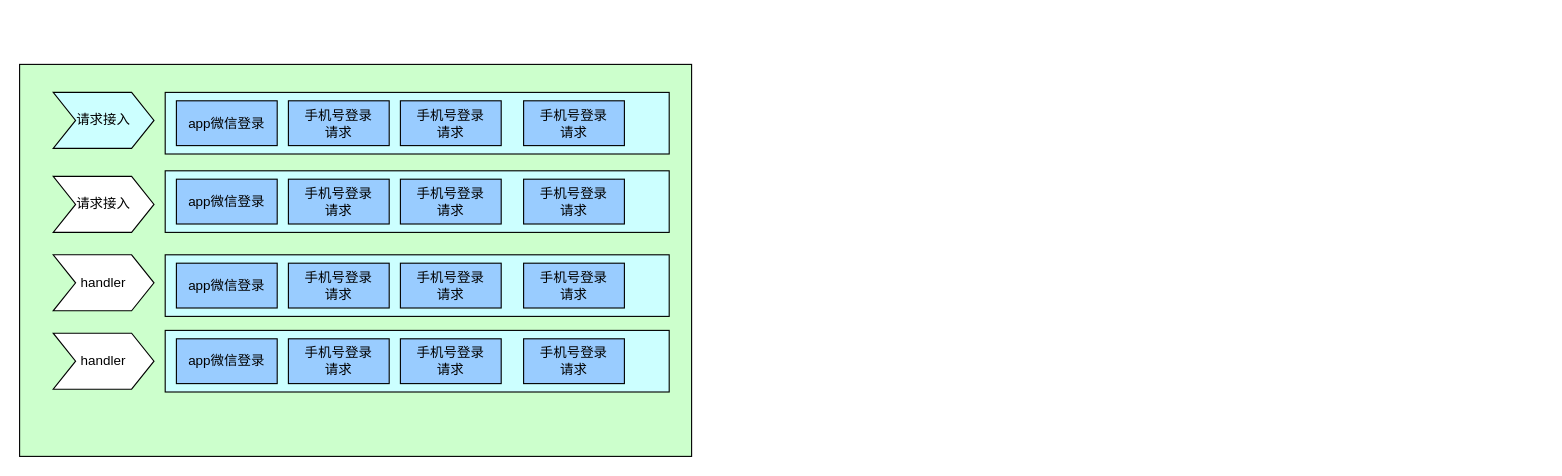
Earlier version of the draw.io diagram 登录服务重构.drawio (xiell2016/hetaoDesign). Source tidied: cells renumbered, new cells numbered last; positions are measured from the earlier drawing's top-left corner, leaving out a move shared by most shapes. Both pictures are drawn from the tidied source at 112%, with x=0, y=0 at pixel (19, 64).
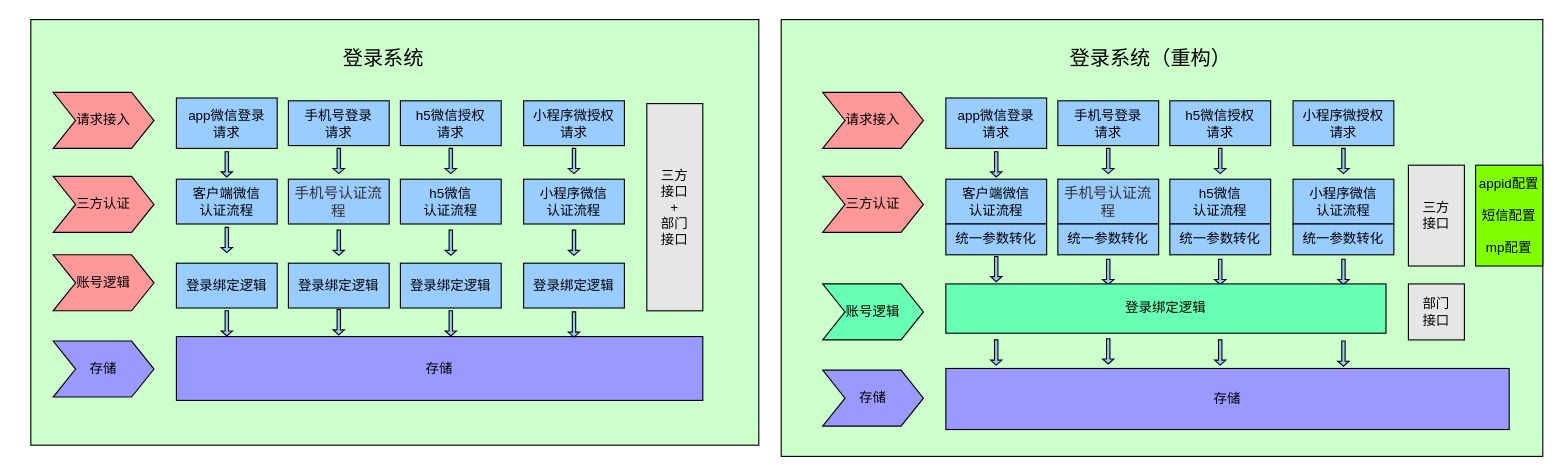
The same diagram, later.

Commit message (it also covers changes not shown here):
更新登录服务重构.drawio

What changed in the source:
```diff
@@
+    <mxCell id="12" style="whiteSpace=wrap;html=1;fillColor=#CCFFFF;" parent="1" vertex="1">
+      <mxGeometry x="140" y="20" width="90" height="200" as="geometry" />
+    </mxCell>
     <mxCell id="2" style="rounded=0;whiteSpace=wrap;html=1;fillColor=#CCFFCC;" parent="1" vertex="1">
-      <mxGeometry width="600" height="350" as="geometry" />
+      <mxGeometry x="10" y="-40" width="650" height="380" as="geometry" />
     </mxCell>
-    <mxCell id="3" value="请求接入" style="shape=step;perimeter=stepPerimeter;whiteSpace=wrap;html=1;fixedSize=1;fillColor=#CCFFFF;" parent="1" vertex="1">
+    <mxCell id="3" value="请求接入" style="shape=step;perimeter=stepPerimeter;whiteSpace=wrap;html=1;fixedSize=1;fillColor=#FF9999;" parent="1" vertex="1">
       <mxGeometry x="30" y="25" width="90" height="50" as="geometry" />
     </mxCell>
-    <mxCell id="4" value="请求接入" style="shape=step;perimeter=stepPerimeter;whiteSpace=wrap;html=1;fixedSize=1;" parent="1" vertex="1">
+    <mxCell id="4" value="三方认证" style="shape=step;perimeter=stepPerimeter;whiteSpace=wrap;html=1;fixedSize=1;fillColor=#FF9999;" parent="1" vertex="1">
       <mxGeometry x="30" y="100" width="90" height="50" as="geometry" />
     </mxCell>
-    <mxCell id="5" value="handler" style="shape=step;perimeter=stepPerimeter;whiteSpace=wrap;html=1;fixedSize=1;" parent="1" vertex="1">
+    <mxCell id="5" value="账号逻辑" style="shape=step;perimeter=stepPerimeter;whiteSpace=wrap;html=1;fixedSize=1;fillColor=#FF9999;" parent="1" vertex="1">
       <mxGeometry x="30" y="170" width="90" height="50" as="geometry" />
     </mxCell>
-    <mxCell id="6" value="handler" style="shape=step;perimeter=stepPerimeter;whiteSpace=wrap;html=1;fixedSize=1;" parent="1" vertex="1">
-      <mxGeometry x="30" y="240" width="90" height="50" as="geometry" />
+    <mxCell id="6" value="存储" style="shape=step;perimeter=stepPerimeter;whiteSpace=wrap;html=1;fixedSize=1;fillColor=#9999FF;" parent="1" vertex="1">
+      <mxGeometry x="30" y="247" width="90" height="50" as="geometry" />
     </mxCell>
-    <mxCell id="7" style="whiteSpace=wrap;html=1;fillColor=#CCFFFF;" parent="1" vertex="1">
-      <mxGeometry x="130" y="25" width="450" height="55" as="geometry" />
-    </mxCell>
-    <mxCell id="8" value="app微信登录" style="whiteSpace=wrap;html=1;fillColor=#99CCFF;" parent="1" vertex="1">
-      <mxGeometry x="140" y="32.5" width="90" height="40" as="geometry" />
+    <mxCell id="8" value="app微信登录&lt;br&gt;请求" style="whiteSpace=wrap;html=1;fillColor=#99CCFF;" parent="1" vertex="1">
+      <mxGeometry x="140" y="30" width="90" height="45" as="geometry" />
     </mxCell>
@@
-    <mxCell id="10" value="&lt;div class=&quot;mind-clipboard&quot;&gt;手机号登录&lt;div&gt;请求&lt;/div&gt;&lt;/div&gt;" style="whiteSpace=wrap;html=1;fillColor=#99CCFF;" parent="1" vertex="1">
+    <mxCell id="10" value="&lt;div class=&quot;mind-clipboard&quot;&gt;h5微信&lt;span style=&quot;font-size: inherit&quot;&gt;授权&lt;/span&gt;&lt;div&gt;请求&lt;/div&gt;&lt;/div&gt;" style="whiteSpace=wrap;html=1;fillColor=#99CCFF;" parent="1" vertex="1">
       <mxGeometry x="340" y="32.5" width="90" height="40" as="geometry" />
     </mxCell>
-    <mxCell id="11" value="&lt;div class=&quot;mind-clipboard&quot;&gt;手机号登录&lt;div&gt;请求&lt;/div&gt;&lt;/div&gt;" style="whiteSpace=wrap;html=1;fillColor=#99CCFF;" parent="1" vertex="1">
+    <mxCell id="11" value="&lt;div class=&quot;mind-clipboard&quot;&gt;小程序微&lt;span style=&quot;font-size: inherit&quot;&gt;授权&lt;/span&gt;&lt;div&gt;请求&lt;/div&gt;&lt;/div&gt;" style="whiteSpace=wrap;html=1;fillColor=#99CCFF;" parent="1" vertex="1">
       <mxGeometry x="450" y="32.5" width="90" height="40" as="geometry" />
     </mxCell>
-    <mxCell id="12" style="whiteSpace=wrap;html=1;fillColor=#CCFFFF;" parent="1" vertex="1">
-      <mxGeometry x="130" y="95" width="450" height="55" as="geometry" />
-    </mxCell>
-    <mxCell id="13" value="app微信登录" style="whiteSpace=wrap;html=1;fillColor=#99CCFF;" parent="1" vertex="1">
+    <mxCell id="13" value="&lt;div class=&quot;mind-clipboard&quot;&gt;&lt;div&gt;客户端&lt;span&gt;微信&lt;/span&gt;&lt;/div&gt;&lt;div&gt;认证流程&lt;/div&gt;&lt;/div&gt;" style="whiteSpace=wrap;html=1;fillColor=#99CCFF;" parent="1" vertex="1">
       <mxGeometry x="140" y="102.5" width="90" height="40" as="geometry" />
     </mxCell>
-    <mxCell id="14" value="&lt;div class=&quot;mind-clipboard&quot;&gt;手机号登录&lt;div&gt;请求&lt;/div&gt;&lt;/div&gt;" style="whiteSpace=wrap;html=1;fillColor=#99CCFF;" parent="1" vertex="1">
+    <mxCell id="14" value="&lt;div class=&quot;mind-clipboard&quot;&gt;&lt;span style=&quot;color: rgb(50 , 50 , 50) ; font-size: 13px ; background-color: rgba(255 , 255 , 255 , 0.008)&quot;&gt;手机号认证流程&lt;/span&gt;&lt;br&gt;&lt;/div&gt;" style="whiteSpace=wrap;html=1;fillColor=#99CCFF;" parent="1" vertex="1">
       <mxGeometry x="240" y="102.5" width="90" height="40" as="geometry" />
     </mxCell>
-    <mxCell id="15" value="&lt;div class=&quot;mind-clipboard&quot;&gt;手机号登录&lt;div&gt;请求&lt;/div&gt;&lt;/div&gt;" style="whiteSpace=wrap;html=1;fillColor=#99CCFF;" parent="1" vertex="1">
+    <mxCell id="15" value="&lt;div class=&quot;mind-clipboard&quot;&gt;&lt;div class=&quot;mind-clipboard&quot;&gt;&lt;div&gt;h5微信&lt;/div&gt;&lt;div&gt;认证流程&lt;/div&gt;&lt;/div&gt;&lt;/div&gt;" style="whiteSpace=wrap;html=1;fillColor=#99CCFF;" parent="1" vertex="1">
       <mxGeometry x="340" y="102.5" width="90" height="40" as="geometry" />
     </mxCell>
-    <mxCell id="16" value="&lt;div class=&quot;mind-clipboard&quot;&gt;手机号登录&lt;div&gt;请求&lt;/div&gt;&lt;/div&gt;" style="whiteSpace=wrap;html=1;fillColor=#99CCFF;" parent="1" vertex="1">
+    <mxCell id="16" value="&lt;div class=&quot;mind-clipboard&quot;&gt;&lt;div class=&quot;mind-clipboard&quot;&gt;&lt;div&gt;小程序&lt;span&gt;微信&lt;/span&gt;&lt;/div&gt;&lt;div&gt;认证流程&lt;/div&gt;&lt;/div&gt;&lt;/div&gt;" style="whiteSpace=wrap;html=1;fillColor=#99CCFF;" parent="1" vertex="1">
       <mxGeometry x="450" y="102.5" width="90" height="40" as="geometry" />
     </mxCell>
-    <mxCell id="17" style="whiteSpace=wrap;html=1;fillColor=#CCFFFF;" parent="1" vertex="1">
-      <mxGeometry x="130" y="170" width="450" height="55" as="geometry" />
-    </mxCell>
-    <mxCell id="18" value="app微信登录" style="whiteSpace=wrap;html=1;fillColor=#99CCFF;" parent="1" vertex="1">
+    <mxCell id="18" value="登录绑定逻辑" style="whiteSpace=wrap;html=1;fillColor=#99CCFF;" parent="1" vertex="1">
       <mxGeometry x="140" y="177.5" width="90" height="40" as="geometry" />
     </mxCell>
-    <mxCell id="19" value="&lt;div class=&quot;mind-clipboard&quot;&gt;手机号登录&lt;div&gt;请求&lt;/div&gt;&lt;/div&gt;" style="whiteSpace=wrap;html=1;fillColor=#99CCFF;" parent="1" vertex="1">
+    <mxCell id="19" value="&lt;div class=&quot;mind-clipboard&quot;&gt;登录绑定逻辑&lt;br&gt;&lt;/div&gt;" style="whiteSpace=wrap;html=1;fillColor=#99CCFF;" parent="1" vertex="1">
       <mxGeometry x="240" y="177.5" width="90" height="40" as="geometry" />
     </mxCell>
-    <mxCell id="20" value="&lt;div class=&quot;mind-clipboard&quot;&gt;手机号登录&lt;div&gt;请求&lt;/div&gt;&lt;/div&gt;" style="whiteSpace=wrap;html=1;fillColor=#99CCFF;" parent="1" vertex="1">
+    <mxCell id="20" value="&lt;div class=&quot;mind-clipboard&quot;&gt;&lt;div&gt;登录绑定逻辑&lt;br&gt;&lt;/div&gt;&lt;/div&gt;" style="whiteSpace=wrap;html=1;fillColor=#99CCFF;" parent="1" vertex="1">
       <mxGeometry x="340" y="177.5" width="90" height="40" as="geometry" />
     </mxCell>
-    <mxCell id="21" value="&lt;div class=&quot;mind-clipboard&quot;&gt;手机号登录&lt;div&gt;请求&lt;/div&gt;&lt;/div&gt;" style="whiteSpace=wrap;html=1;fillColor=#99CCFF;" parent="1" vertex="1">
+    <mxCell id="21" value="登录绑定逻辑" style="whiteSpace=wrap;html=1;fillColor=#99CCFF;" parent="1" vertex="1">
       <mxGeometry x="450" y="177.5" width="90" height="40" as="geometry" />
     </mxCell>
-    <mxCell id="22" style="whiteSpace=wrap;html=1;fillColor=#CCFFFF;" parent="1" vertex="1">
-      <mxGeometry x="130" y="237.5" width="450" height="55" as="geometry" />
-    </mxCell>
-    <mxCell id="23" value="app微信登录" style="whiteSpace=wrap;html=1;fillColor=#99CCFF;" parent="1" vertex="1">
-      <mxGeometry x="140" y="245" width="90" height="40" as="geometry" />
+    <mxCell id="23" value="存储" style="whiteSpace=wrap;html=1;fillColor=#9999FF;" parent="1" vertex="1">
+      <mxGeometry x="140" y="243" width="470" height="57" as="geometry" />
     </mxCell>
-    <mxCell id="24" value="&lt;div class=&quot;mind-clipboard&quot;&gt;手机号登录&lt;div&gt;请求&lt;/div&gt;&lt;/div&gt;" style="whiteSpace=wrap;html=1;fillColor=#99CCFF;" parent="1" vertex="1">
-      <mxGeometry x="240" y="245" width="90" height="40" as="geometry" />
-    </mxCell>
-    <mxCell id="25" value="&lt;div class=&quot;mind-clipboard&quot;&gt;手机号登录&lt;div&gt;请求&lt;/div&gt;&lt;/div&gt;" style="whiteSpace=wrap;html=1;fillColor=#99CCFF;" parent="1" vertex="1">
-      <mxGeometry x="340" y="245" width="90" height="40" as="geometry" />
-    </mxCell>
-    <mxCell id="26" value="&lt;div class=&quot;mind-clipboard&quot;&gt;手机号登录&lt;div&gt;请求&lt;/div&gt;&lt;/div&gt;" style="whiteSpace=wrap;html=1;fillColor=#99CCFF;" parent="1" vertex="1">
-      <mxGeometry x="450" y="245" width="90" height="40" as="geometry" />
-    </mxCell>
+    <mxCell id="27" style="shape=singleArrow;direction=south;whiteSpace=wrap;html=1;fillColor=#99CCFF;" parent="1" vertex="1">
+      <mxGeometry x="180" y="78" width="10" height="22.5" as="geometry" />
+    </mxCell>
+    <mxCell id="28" style="shape=singleArrow;direction=south;whiteSpace=wrap;html=1;fillColor=#99CCFF;" parent="1" vertex="1">
+      <mxGeometry x="180" y="145.5" width="10" height="22.5" as="geometry" />
+    </mxCell>
+    <mxCell id="29" style="shape=singleArrow;direction=south;whiteSpace=wrap;html=1;fillColor=#99CCFF;" parent="1" vertex="1">
+      <mxGeometry x="180" y="220" width="10" height="22.5" as="geometry" />
+    </mxCell>
+    <mxCell id="30" style="shape=singleArrow;direction=south;whiteSpace=wrap;html=1;fillColor=#99CCFF;" parent="1" vertex="1">
+      <mxGeometry x="280" y="75" width="10" height="22.5" as="geometry" />
+    </mxCell>
+    <mxCell id="31" style="shape=singleArrow;direction=south;whiteSpace=wrap;html=1;fillColor=#99CCFF;" parent="1" vertex="1">
+      <mxGeometry x="380" y="75" width="10" height="22.5" as="geometry" />
+    </mxCell>
+    <mxCell id="32" style="shape=singleArrow;direction=south;whiteSpace=wrap;html=1;fillColor=#99CCFF;" parent="1" vertex="1">
+      <mxGeometry x="490" y="75" width="10" height="22.5" as="geometry" />
+    </mxCell>
+    <mxCell id="33" style="shape=singleArrow;direction=south;whiteSpace=wrap;html=1;fillColor=#99CCFF;" parent="1" vertex="1">
+      <mxGeometry x="490" y="148" width="10" height="22.5" as="geometry" />
+    </mxCell>
+    <mxCell id="34" style="shape=singleArrow;direction=south;whiteSpace=wrap;html=1;fillColor=#99CCFF;" parent="1" vertex="1">
+      <mxGeometry x="280" y="148" width="10" height="22.5" as="geometry" />
+    </mxCell>
+    <mxCell id="35" style="shape=singleArrow;direction=south;whiteSpace=wrap;html=1;fillColor=#99CCFF;" parent="1" vertex="1">
+      <mxGeometry x="280" y="219" width="10" height="22.5" as="geometry" />
+    </mxCell>
+    <mxCell id="36" style="shape=singleArrow;direction=south;whiteSpace=wrap;html=1;fillColor=#99CCFF;" parent="1" vertex="1">
+      <mxGeometry x="380" y="148" width="10" height="22.5" as="geometry" />
+    </mxCell>
+    <mxCell id="37" style="shape=singleArrow;direction=south;whiteSpace=wrap;html=1;fillColor=#99CCFF;" parent="1" vertex="1">
+      <mxGeometry x="380" y="220" width="10" height="22.5" as="geometry" />
+    </mxCell>
+    <mxCell id="38" style="shape=singleArrow;direction=south;whiteSpace=wrap;html=1;fillColor=#99CCFF;" parent="1" vertex="1">
+      <mxGeometry x="490" y="221" width="10" height="22.5" as="geometry" />
+    </mxCell>
+    <mxCell id="39" value="&lt;div class=&quot;mind-clipboard&quot;&gt;三方&lt;br&gt;接口&lt;/div&gt;&lt;div class=&quot;mind-clipboard&quot;&gt;+&lt;/div&gt;&lt;div class=&quot;mind-clipboard&quot;&gt;部门&lt;/div&gt;&lt;div class=&quot;mind-clipboard&quot;&gt;接口&lt;/div&gt;" style="whiteSpace=wrap;html=1;fillColor=#E6E6E6;" parent="1" vertex="1">
+      <mxGeometry x="560" y="35" width="50" height="185" as="geometry" />
+    </mxCell>
+    <mxCell id="40" value="&lt;font style=&quot;font-size: 18px&quot;&gt;登录系统&lt;/font&gt;" style="text;html=1;strokeColor=none;fillColor=none;align=center;verticalAlign=middle;whiteSpace=wrap;rounded=0;" parent="1" vertex="1">
+      <mxGeometry x="270" y="-20" width="110" height="30" as="geometry" />
+    </mxCell>
+    <mxCell id="41" style="rounded=0;whiteSpace=wrap;html=1;fillColor=#CCFFCC;" parent="1" vertex="1">
+      <mxGeometry x="680" y="-40" width="680" height="390" as="geometry" />
+    </mxCell>
+    <mxCell id="42" value="请求接入" style="shape=step;perimeter=stepPerimeter;whiteSpace=wrap;html=1;fixedSize=1;fillColor=#FF9999;" parent="1" vertex="1">
+      <mxGeometry x="717" y="25" width="90" height="50" as="geometry" />
+    </mxCell>
+    <mxCell id="43" value="三方认证" style="shape=step;perimeter=stepPerimeter;whiteSpace=wrap;html=1;fixedSize=1;fillColor=#FF9999;" parent="1" vertex="1">
+      <mxGeometry x="717" y="100" width="90" height="50" as="geometry" />
+    </mxCell>
+    <mxCell id="44" value="账号逻辑" style="shape=step;perimeter=stepPerimeter;whiteSpace=wrap;html=1;fixedSize=1;fillColor=#66FFB3;" parent="1" vertex="1">
+      <mxGeometry x="717" y="196" width="90" height="50" as="geometry" />
+    </mxCell>
+    <mxCell id="45" value="存储" style="shape=step;perimeter=stepPerimeter;whiteSpace=wrap;html=1;fixedSize=1;fillColor=#9999FF;" parent="1" vertex="1">
+      <mxGeometry x="717" y="273" width="90" height="50" as="geometry" />
+    </mxCell>
+    <mxCell id="46" value="app微信登录&lt;br&gt;请求" style="whiteSpace=wrap;html=1;fillColor=#99CCFF;" parent="1" vertex="1">
+      <mxGeometry x="827" y="30" width="90" height="45" as="geometry" />
+    </mxCell>
+    <mxCell id="47" value="&lt;div class=&quot;mind-clipboard&quot;&gt;手机号登录&lt;div&gt;请求&lt;/div&gt;&lt;/div&gt;" style="whiteSpace=wrap;html=1;fillColor=#99CCFF;" parent="1" vertex="1">
+      <mxGeometry x="927" y="32.5" width="90" height="40" as="geometry" />
+    </mxCell>
+    <mxCell id="48" value="&lt;div class=&quot;mind-clipboard&quot;&gt;h5微信&lt;span style=&quot;font-size: inherit&quot;&gt;授权&lt;/span&gt;&lt;div&gt;请求&lt;/div&gt;&lt;/div&gt;" style="whiteSpace=wrap;html=1;fillColor=#99CCFF;" parent="1" vertex="1">
+      <mxGeometry x="1027" y="32.5" width="90" height="40" as="geometry" />
+    </mxCell>
+    <mxCell id="49" value="&lt;div class=&quot;mind-clipboard&quot;&gt;小程序微&lt;span style=&quot;font-size: inherit&quot;&gt;授权&lt;/span&gt;&lt;div&gt;请求&lt;/div&gt;&lt;/div&gt;" style="whiteSpace=wrap;html=1;fillColor=#99CCFF;" parent="1" vertex="1">
+      <mxGeometry x="1137" y="32.5" width="90" height="40" as="geometry" />
+    </mxCell>
+    <mxCell id="50" value="&lt;div class=&quot;mind-clipboard&quot;&gt;&lt;div&gt;客户端&lt;span&gt;微信&lt;/span&gt;&lt;/div&gt;&lt;div&gt;认证流程&lt;/div&gt;&lt;/div&gt;" style="whiteSpace=wrap;html=1;fillColor=#99CCFF;" parent="1" vertex="1">
+      <mxGeometry x="827" y="102.5" width="90" height="40" as="geometry" />
+    </mxCell>
+    <mxCell id="51" value="&lt;div class=&quot;mind-clipboard&quot;&gt;&lt;span style=&quot;color: rgb(50 , 50 , 50) ; font-size: 13px ; background-color: rgba(255 , 255 , 255 , 0.008)&quot;&gt;手机号认证流程&lt;/span&gt;&lt;br&gt;&lt;/div&gt;" style="whiteSpace=wrap;html=1;fillColor=#99CCFF;" parent="1" vertex="1">
+      <mxGeometry x="927" y="102.5" width="90" height="40" as="geometry" />
+    </mxCell>
+    <mxCell id="52" value="&lt;div class=&quot;mind-clipboard&quot;&gt;&lt;div class=&quot;mind-clipboard&quot;&gt;&lt;div&gt;h5微信&lt;/div&gt;&lt;div&gt;认证流程&lt;/div&gt;&lt;/div&gt;&lt;/div&gt;" style="whiteSpace=wrap;html=1;fillColor=#99CCFF;" parent="1" vertex="1">
+      <mxGeometry x="1027" y="102.5" width="90" height="40" as="geometry" />
+    </mxCell>
+    <mxCell id="53" value="&lt;div class=&quot;mind-clipboard&quot;&gt;&lt;div class=&quot;mind-clipboard&quot;&gt;&lt;div&gt;小程序&lt;span&gt;微信&lt;/span&gt;&lt;/div&gt;&lt;div&gt;认证流程&lt;/div&gt;&lt;/div&gt;&lt;/div&gt;" style="whiteSpace=wrap;html=1;fillColor=#99CCFF;" parent="1" vertex="1">
+      <mxGeometry x="1137" y="102.5" width="90" height="40" as="geometry" />
+    </mxCell>
+    <mxCell id="54" value="存储" style="whiteSpace=wrap;html=1;fillColor=#9999FF;" parent="1" vertex="1">
+      <mxGeometry x="827" y="271.5" width="503" height="54.5" as="geometry" />
+    </mxCell>
+    <mxCell id="55" style="shape=singleArrow;direction=south;whiteSpace=wrap;html=1;fillColor=#99CCFF;" parent="1" vertex="1">
+      <mxGeometry x="867" y="78" width="10" height="22.5" as="geometry" />
+    </mxCell>
+    <mxCell id="56" style="shape=singleArrow;direction=south;whiteSpace=wrap;html=1;fillColor=#99CCFF;" parent="1" vertex="1">
+      <mxGeometry x="867" y="171.5" width="10" height="22.5" as="geometry" />
+    </mxCell>
+    <mxCell id="57" style="shape=singleArrow;direction=south;whiteSpace=wrap;html=1;fillColor=#99CCFF;" parent="1" vertex="1">
+      <mxGeometry x="867" y="246" width="10" height="22.5" as="geometry" />
+    </mxCell>
+    <mxCell id="58" style="shape=singleArrow;direction=south;whiteSpace=wrap;html=1;fillColor=#99CCFF;" parent="1" vertex="1">
+      <mxGeometry x="967" y="75" width="10" height="22.5" as="geometry" />
+    </mxCell>
+    <mxCell id="59" style="shape=singleArrow;direction=south;whiteSpace=wrap;html=1;fillColor=#99CCFF;" parent="1" vertex="1">
+      <mxGeometry x="1067" y="75" width="10" height="22.5" as="geometry" />
+    </mxCell>
+    <mxCell id="60" style="shape=singleArrow;direction=south;whiteSpace=wrap;html=1;fillColor=#99CCFF;" parent="1" vertex="1">
+      <mxGeometry x="1177" y="75" width="10" height="22.5" as="geometry" />
+    </mxCell>
+    <mxCell id="61" style="shape=singleArrow;direction=south;whiteSpace=wrap;html=1;fillColor=#99CCFF;" parent="1" vertex="1">
+      <mxGeometry x="1177" y="174" width="10" height="22.5" as="geometry" />
+    </mxCell>
+    <mxCell id="62" style="shape=singleArrow;direction=south;whiteSpace=wrap;html=1;fillColor=#99CCFF;" parent="1" vertex="1">
+      <mxGeometry x="967" y="174" width="10" height="22.5" as="geometry" />
+    </mxCell>
+    <mxCell id="63" style="shape=singleArrow;direction=south;whiteSpace=wrap;html=1;fillColor=#99CCFF;" parent="1" vertex="1">
+      <mxGeometry x="967" y="245" width="10" height="22.5" as="geometry" />
+    </mxCell>
+    <mxCell id="64" style="shape=singleArrow;direction=south;whiteSpace=wrap;html=1;fillColor=#99CCFF;" parent="1" vertex="1">
+      <mxGeometry x="1067" y="174" width="10" height="22.5" as="geometry" />
+    </mxCell>
+    <mxCell id="65" style="shape=singleArrow;direction=south;whiteSpace=wrap;html=1;fillColor=#99CCFF;" parent="1" vertex="1">
+      <mxGeometry x="1067" y="246" width="10" height="22.5" as="geometry" />
+    </mxCell>
+    <mxCell id="66" style="shape=singleArrow;direction=south;whiteSpace=wrap;html=1;fillColor=#99CCFF;" parent="1" vertex="1">
+      <mxGeometry x="1177" y="247" width="10" height="22.5" as="geometry" />
+    </mxCell>
+    <mxCell id="67" value="&lt;div class=&quot;mind-clipboard&quot;&gt;&lt;span&gt;部门&lt;/span&gt;&lt;br&gt;&lt;/div&gt;&lt;div class=&quot;mind-clipboard&quot;&gt;接口&lt;/div&gt;" style="whiteSpace=wrap;html=1;fillColor=#E6E6E6;" parent="1" vertex="1">
+      <mxGeometry x="1240" y="196" width="50" height="50" as="geometry" />
+    </mxCell>
+    <mxCell id="68" value="&lt;font style=&quot;font-size: 18px&quot;&gt;登录系统（重构）&lt;/font&gt;" style="text;html=1;strokeColor=none;fillColor=none;align=center;verticalAlign=middle;whiteSpace=wrap;rounded=0;" parent="1" vertex="1">
+      <mxGeometry x="930" y="-20" width="160" height="30" as="geometry" />
+    </mxCell>
+    <mxCell id="69" value="&lt;div class=&quot;mind-clipboard&quot;&gt;三方&lt;br&gt;&lt;/div&gt;&lt;div class=&quot;mind-clipboard&quot;&gt;接口&lt;/div&gt;" style="whiteSpace=wrap;html=1;fillColor=#E6E6E6;" parent="1" vertex="1">
+      <mxGeometry x="1240" y="90" width="50" height="90" as="geometry" />
+    </mxCell>
+    <mxCell id="70" value="登录绑定逻辑" style="whiteSpace=wrap;html=1;fontSize=12;fillColor=#66FFB3;" parent="1" vertex="1">
+      <mxGeometry x="827" y="196" width="393" height="44" as="geometry" />
+    </mxCell>
+    <mxCell id="71" value="&lt;div class=&quot;mind-clipboard&quot;&gt;&lt;div&gt;统一参数转化&lt;/div&gt;&lt;/div&gt;" style="whiteSpace=wrap;html=1;fillColor=#99CCFF;" parent="1" vertex="1">
+      <mxGeometry x="827" y="142.5" width="90" height="27.5" as="geometry" />
+    </mxCell>
+    <mxCell id="72" value="&lt;div class=&quot;mind-clipboard&quot;&gt;&lt;div&gt;统一参数转化&lt;/div&gt;&lt;/div&gt;" style="whiteSpace=wrap;html=1;fillColor=#99CCFF;" parent="1" vertex="1">
+      <mxGeometry x="927" y="142.5" width="90" height="27.5" as="geometry" />
+    </mxCell>
+    <mxCell id="73" value="&lt;div class=&quot;mind-clipboard&quot;&gt;&lt;div&gt;统一参数转化&lt;/div&gt;&lt;/div&gt;" style="whiteSpace=wrap;html=1;fillColor=#99CCFF;" parent="1" vertex="1">
+      <mxGeometry x="1027" y="142.5" width="90" height="27.5" as="geometry" />
+    </mxCell>
+    <mxCell id="74" value="&lt;div class=&quot;mind-clipboard&quot;&gt;&lt;div&gt;统一参数转化&lt;/div&gt;&lt;/div&gt;" style="whiteSpace=wrap;html=1;fillColor=#99CCFF;" parent="1" vertex="1">
+      <mxGeometry x="1137" y="142.5" width="90" height="27.5" as="geometry" />
+    </mxCell>
+    <mxCell id="75" value="&lt;div class=&quot;mind-clipboard&quot;&gt;appid配置&lt;/div&gt;&lt;div class=&quot;mind-clipboard&quot;&gt;&lt;br&gt;&lt;/div&gt;&lt;div class=&quot;mind-clipboard&quot;&gt;短信配置&lt;/div&gt;&lt;div class=&quot;mind-clipboard&quot;&gt;&lt;br&gt;&lt;/div&gt;&lt;div class=&quot;mind-clipboard&quot;&gt;mp配置&lt;/div&gt;" style="whiteSpace=wrap;html=1;fillColor=#80FF00;" parent="1" vertex="1">
+      <mxGeometry x="1300" y="90" width="60" height="90" as="geometry" />
+    </mxCell>
```
